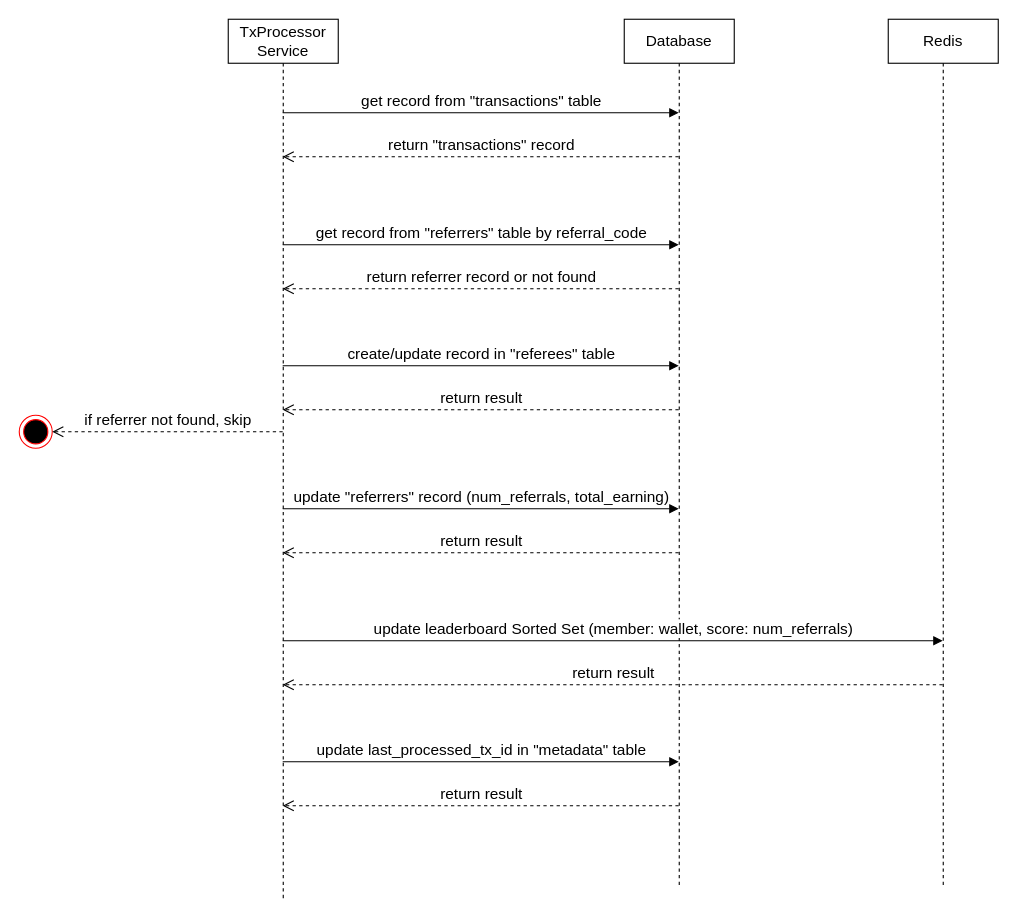
piavgh/draw.io-data keeps this draw.io diagram as referral-program-v2/[TxProcessor] [Referrer exists] Sequence Diagram.drawio. Above is the earlier version. Source tidied: cells renumbered, new cells numbered last; positions are measured from the earlier drawing's top-left corner, leaving out a move shared by most shapes. Both pictures are drawn from the tidied source at 110%, with x=0, y=0 at pixel (19, 19).
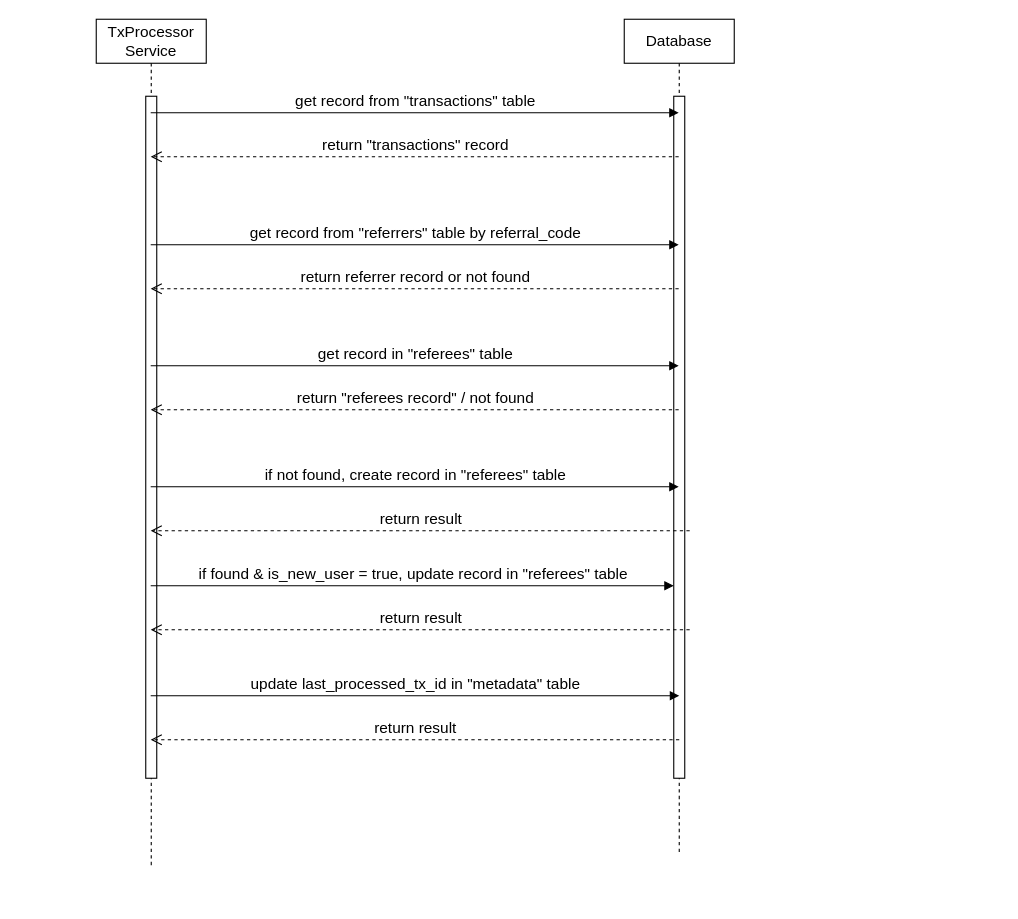
The same diagram, later.

Diff of the diagram source:
```diff
@@
     <mxCell id="2" value="TxProcessor Service" style="shape=umlLifeline;perimeter=lifelinePerimeter;whiteSpace=wrap;html=1;outlineConnect=0;fontSize=14;" parent="1" vertex="1">
-      <mxGeometry x="190" width="100" height="800" as="geometry" />
+      <mxGeometry x="70" width="100" height="770" as="geometry" />
     </mxCell>
+    <mxCell id="19" style="html=1;perimeter=orthogonalPerimeter;" parent="2" vertex="1">
+      <mxGeometry x="45" y="70" width="10" height="620" as="geometry" />
+    </mxCell>
     <mxCell id="3" value="Database" style="shape=umlLifeline;perimeter=lifelinePerimeter;whiteSpace=wrap;html=1;outlineConnect=0;fontSize=14;" parent="1" vertex="1">
-      <mxGeometry x="550" width="100" height="790" as="geometry" />
+      <mxGeometry x="550" width="100" height="760" as="geometry" />
     </mxCell>
-    <mxCell id="4" value="Redis" style="shape=umlLifeline;perimeter=lifelinePerimeter;whiteSpace=wrap;html=1;fontSize=14;" parent="1" vertex="1">
-      <mxGeometry x="790" width="100" height="790" as="geometry" />
-    </mxCell>
+    <mxCell id="20" style="html=1;points=[];perimeter=orthogonalPerimeter;" parent="3" vertex="1">
+      <mxGeometry x="45" y="70" width="10" height="620" as="geometry" />
+    </mxCell>
-    <mxCell id="5" value="return referrer record or not found" style="html=1;verticalAlign=bottom;endArrow=open;dashed=1;endSize=8;rounded=0;fontSize=14;" parent="1" edge="1">
+    <mxCell id="5" value="return referrer record or not found" style="html=1;verticalAlign=bottom;endArrow=open;dashed=1;endSize=8;rounded=0;fontSize=14;" parent="1" edge="1" target="2">
       <mxGeometry relative="1" as="geometry">
         <mxPoint x="599.5" y="245" as="sourcePoint" />
-        <mxPoint x="239.5" y="245" as="targetPoint" />
       </mxGeometry>
     </mxCell>
-    <mxCell id="6" value="get record from &quot;referrers&quot; table by referral_code" style="html=1;verticalAlign=bottom;endArrow=block;rounded=0;fontSize=14;" parent="1" edge="1">
+    <mxCell id="6" value="get record from &quot;referrers&quot; table by referral_code" style="html=1;verticalAlign=bottom;endArrow=block;rounded=0;fontSize=14;" parent="1" edge="1" source="2">
       <mxGeometry relative="1" as="geometry">
-        <mxPoint x="239.5" y="205" as="sourcePoint" />
         <mxPoint x="599.5" y="205" as="targetPoint" />
       </mxGeometry>
     </mxCell>
-    <mxCell id="7" value="get record from &quot;transactions&quot; table" style="html=1;verticalAlign=bottom;endArrow=block;rounded=0;fontSize=14;" parent="1" edge="1">
+    <mxCell id="7" value="get record from &quot;transactions&quot; table" style="html=1;verticalAlign=bottom;endArrow=block;rounded=0;fontSize=14;" parent="1" edge="1" source="2">
       <mxGeometry relative="1" as="geometry">
-        <mxPoint x="239.5" y="85" as="sourcePoint" />
         <mxPoint x="599.5" y="85" as="targetPoint" />
       </mxGeometry>
     </mxCell>
-    <mxCell id="8" value="return &quot;transactions&quot; record" style="html=1;verticalAlign=bottom;endArrow=open;dashed=1;endSize=8;rounded=0;fontSize=14;" parent="1" edge="1">
+    <mxCell id="8" value="return &quot;transactions&quot; record" style="html=1;verticalAlign=bottom;endArrow=open;dashed=1;endSize=8;rounded=0;fontSize=14;" parent="1" edge="1" target="2">
       <mxGeometry relative="1" as="geometry">
         <mxPoint x="599.5" y="125" as="sourcePoint" />
-        <mxPoint x="239.5" y="125" as="targetPoint" />
       </mxGeometry>
     </mxCell>
-    <mxCell id="9" style="ellipse;html=1;shape=endState;fillColor=#000000;strokeColor=#ff0000;fontSize=14;" parent="1" vertex="1">
-      <mxGeometry y="360" width="30" height="30" as="geometry" />
-    </mxCell>
-    <mxCell id="10" value="if referrer not found, skip" style="html=1;verticalAlign=bottom;endArrow=open;dashed=1;endSize=8;rounded=0;fontSize=14;entryX=1;entryY=0.5;entryDx=0;entryDy=0;" parent="1" edge="1" target="9">
-      <mxGeometry relative="1" as="geometry">
-        <mxPoint x="239.5" y="375" as="sourcePoint" />
-      </mxGeometry>
-    </mxCell>
-    <mxCell id="11" value="return result" style="html=1;verticalAlign=bottom;endArrow=open;dashed=1;endSize=8;rounded=0;fontSize=14;" parent="1" edge="1">
+    <mxCell id="11" value="return &quot;referees record&quot; / not found" style="html=1;verticalAlign=bottom;endArrow=open;dashed=1;endSize=8;rounded=0;fontSize=14;" parent="1" edge="1" target="2">
       <mxGeometry relative="1" as="geometry">
         <mxPoint x="599.5" y="355" as="sourcePoint" />
-        <mxPoint x="239.5" y="355" as="targetPoint" />
       </mxGeometry>
     </mxCell>
-    <mxCell id="12" value="create/update record in &quot;referees&quot; table" style="html=1;verticalAlign=bottom;endArrow=block;rounded=0;fontSize=14;" parent="1" edge="1">
+    <mxCell id="12" value="get record in &quot;referees&quot; table" style="html=1;verticalAlign=bottom;endArrow=block;rounded=0;fontSize=14;" parent="1" edge="1" source="2">
       <mxGeometry relative="1" as="geometry">
-        <mxPoint x="239.5" y="315" as="sourcePoint" />
         <mxPoint x="599.5" y="315" as="targetPoint" />
       </mxGeometry>
     </mxCell>
-    <mxCell id="13" value="return result" style="html=1;verticalAlign=bottom;endArrow=open;dashed=1;endSize=8;rounded=0;fontSize=14;" parent="1" edge="1">
-      <mxGeometry relative="1" as="geometry">
-        <mxPoint x="599.5" y="485" as="sourcePoint" />
-        <mxPoint x="239.5" y="485" as="targetPoint" />
-      </mxGeometry>
-    </mxCell>
-    <mxCell id="14" value="update &quot;referrers&quot; record (num_referrals, total_earning)" style="html=1;verticalAlign=bottom;endArrow=block;rounded=0;fontSize=14;" parent="1" edge="1">
-      <mxGeometry relative="1" as="geometry">
-        <mxPoint x="239.5" y="445" as="sourcePoint" />
-        <mxPoint x="599.5" y="445" as="targetPoint" />
-      </mxGeometry>
-    </mxCell>
-    <mxCell id="15" value="return result" style="html=1;verticalAlign=bottom;endArrow=open;dashed=1;endSize=8;rounded=0;fontSize=14;" parent="1" edge="1">
-      <mxGeometry relative="1" as="geometry">
-        <mxPoint x="839.5" y="605" as="sourcePoint" />
-        <mxPoint x="239.5" y="605" as="targetPoint" />
-      </mxGeometry>
-    </mxCell>
-    <mxCell id="16" value="update leaderboard Sorted Set (member: wallet, score: num_referrals)" style="html=1;verticalAlign=bottom;endArrow=block;rounded=0;fontSize=14;" parent="1" edge="1">
-      <mxGeometry relative="1" as="geometry">
-        <mxPoint x="239.5" y="565" as="sourcePoint" />
-        <mxPoint x="839.5" y="565" as="targetPoint" />
-      </mxGeometry>
-    </mxCell>
     <mxCell id="17" value="update last_processed_tx_id in &quot;metadata&quot; table" style="html=1;verticalAlign=bottom;endArrow=block;rounded=0;fontSize=14;" parent="1" edge="1">
       <mxGeometry relative="1" as="geometry">
-        <mxPoint x="239.5" y="675" as="sourcePoint" />
-        <mxPoint x="599.5" y="675" as="targetPoint" />
+        <mxPoint x="119.5" y="615" as="sourcePoint" />
+        <mxPoint x="600" y="615" as="targetPoint" />
       </mxGeometry>
     </mxCell>
-    <mxCell id="18" value="return result" style="html=1;verticalAlign=bottom;endArrow=open;dashed=1;endSize=8;rounded=0;fontSize=14;" parent="1" edge="1">
-      <mxGeometry relative="1" as="geometry">
-        <mxPoint x="599.5" y="715" as="sourcePoint" />
-        <mxPoint x="239.5" y="715" as="targetPoint" />
-      </mxGeometry>
-    </mxCell>
+    <mxCell id="21" value="return result" style="html=1;verticalAlign=bottom;endArrow=open;dashed=1;endSize=8;rounded=0;fontSize=14;" parent="1" edge="1">
+      <mxGeometry relative="1" as="geometry">
+        <mxPoint x="600" y="655" as="sourcePoint" />
+        <mxPoint x="119.5" y="655" as="targetPoint" />
+      </mxGeometry>
+    </mxCell>
+    <mxCell id="22" value="if not found, create record in &quot;referees&quot; table" style="html=1;verticalAlign=bottom;endArrow=block;rounded=0;fontSize=14;" parent="1" edge="1" target="3">
+      <mxGeometry relative="1" as="geometry">
+        <mxPoint x="119.5" y="425" as="sourcePoint" />
+      </mxGeometry>
+    </mxCell>
+    <mxCell id="23" value="return result" style="html=1;verticalAlign=bottom;endArrow=open;dashed=1;endSize=8;rounded=0;fontSize=14;" parent="1" edge="1">
+      <mxGeometry relative="1" as="geometry">
+        <mxPoint x="609.5" y="465" as="sourcePoint" />
+        <mxPoint x="119.5" y="465" as="targetPoint" />
+      </mxGeometry>
+    </mxCell>
+    <mxCell id="24" value="if found &amp;amp; is_new_user = true, update record in &quot;referees&quot; table" style="html=1;verticalAlign=bottom;endArrow=block;rounded=0;fontSize=14;" parent="1" edge="1" target="20">
+      <mxGeometry relative="1" as="geometry">
+        <mxPoint x="119.5" y="515" as="sourcePoint" />
+      </mxGeometry>
+    </mxCell>
+    <mxCell id="25" value="return result" style="html=1;verticalAlign=bottom;endArrow=open;dashed=1;endSize=8;rounded=0;fontSize=14;" parent="1" edge="1">
+      <mxGeometry relative="1" as="geometry">
+        <mxPoint x="609.5" y="555" as="sourcePoint" />
+        <mxPoint x="119.5" y="555" as="targetPoint" />
+      </mxGeometry>
+    </mxCell>
```
